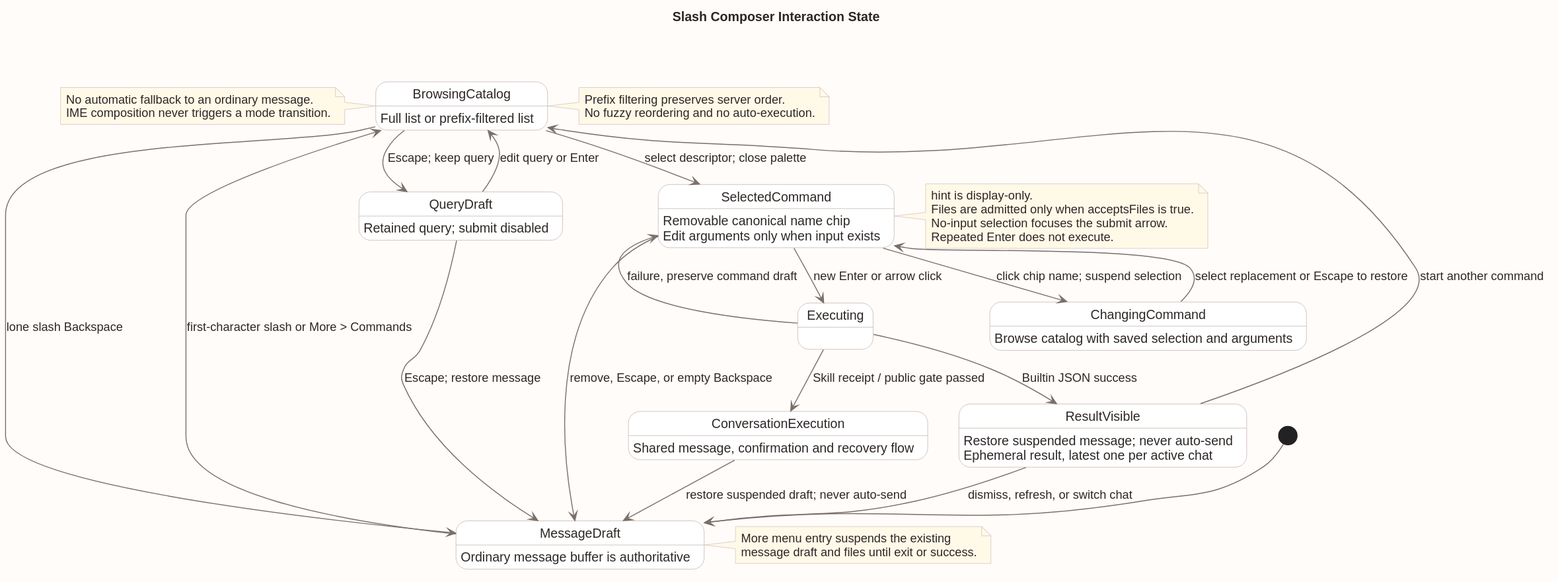
Above: 04-命令与技能/00-Slash-Command通用模块/前端设计/slash_composer_state.svg in ssm0808/pi-mono-java-design (PlantUML), before the change.
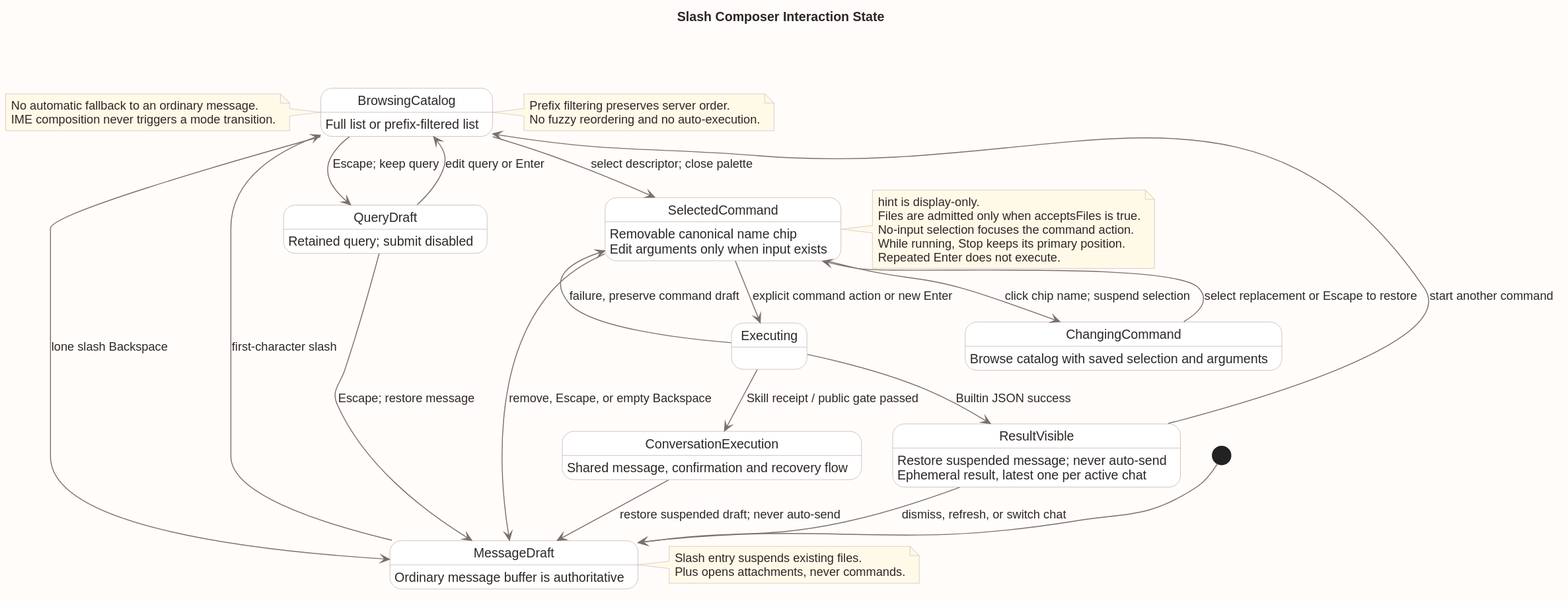
After the change.

The edit, as a diff of the source:
```diff
@@ -17,7 +17,7 @@
 
 [*] --> MessageDraft
 MessageDraft : Ordinary message buffer is authoritative
-MessageDraft --> BrowsingCatalog : first-character slash or More > Commands
+MessageDraft --> BrowsingCatalog : first-character slash
 
 state BrowsingCatalog
 BrowsingCatalog : Full list or prefix-filtered list
@@ -33,7 +33,7 @@
 state SelectedCommand
 SelectedCommand : Removable canonical name chip
 SelectedCommand : Edit arguments only when input exists
-SelectedCommand --> Executing : new Enter or arrow click
+SelectedCommand --> Executing : explicit command action or new Enter
 SelectedCommand --> MessageDraft : remove, Escape, or empty Backspace
 SelectedCommand --> ChangingCommand : click chip name; suspend selection
 
@@ -62,7 +62,8 @@
 note right of SelectedCommand
   hint is display-only.
   Files are admitted only when acceptsFiles is true.
-  No-input selection focuses the submit arrow.
+  No-input selection focuses the command action.
+  While running, Stop keeps its primary position.
   Repeated Enter does not execute.
 end note
 
@@ -72,7 +73,7 @@
 end note
 
 note right of MessageDraft
-  More menu entry suspends the existing
-  message draft and files until exit or success.
+  Slash entry suspends existing files.
+  Plus opens attachments, never commands.
 end note
 @enduml
```
